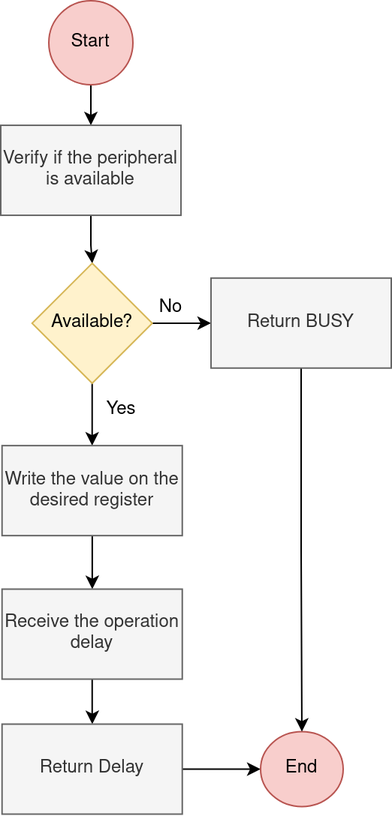
Before: Images/CrcWriteFunction.png, a diagram exported from draw.io (HugoRibeiro-A88287-UM/MasterThesis). Source tidied: cells renumbered, new cells last; positions are measured from the earlier drawing's top-left corner, leaving out a move shared by most shapes.
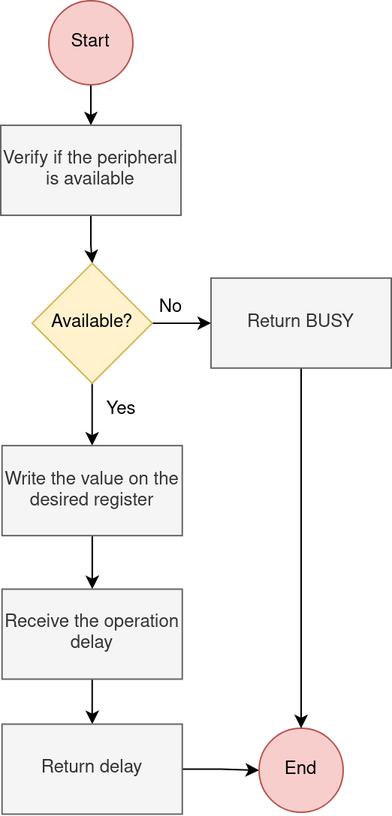
Above is the later version.

What changed in the source:
```diff
@@ -38,11 +38,11 @@
     <mxCell id="13" style="edgeStyle=orthogonalEdgeStyle;rounded=0;jettySize=auto;html=1;" parent="1" edge="1" source="14" target="15">
       <mxGeometry relative="1" as="geometry" />
     </mxCell>
-    <mxCell id="14" value="Return Delay" style="whiteSpace=wrap;html=1;fillColor=#f5f5f5;fontColor=#333333;strokeColor=#666666;" parent="1" vertex="1">
+    <mxCell id="14" value="Return delay" style="whiteSpace=wrap;html=1;fillColor=#f5f5f5;fontColor=#333333;strokeColor=#666666;" parent="1" vertex="1">
       <mxGeometry x="0.9" y="482.2" width="120" height="60" as="geometry" />
     </mxCell>
     <mxCell id="15" value="End" style="ellipse;whiteSpace=wrap;html=1;fillColor=#f8cecc;strokeColor=#b85450;" parent="1" vertex="1">
-      <mxGeometry x="173" y="487.2" width="55" height="50" as="geometry" />
+      <mxGeometry x="172" y="485" width="56" height="56" as="geometry" />
     </mxCell>
     <mxCell id="16" style="edgeStyle=orthogonalEdgeStyle;rounded=0;jettySize=auto;html=1;entryX=0.5;entryY=0;entryDx=0;entryDy=0;" parent="1" edge="1" source="17" target="15">
       <mxGeometry relative="1" as="geometry" />
```
